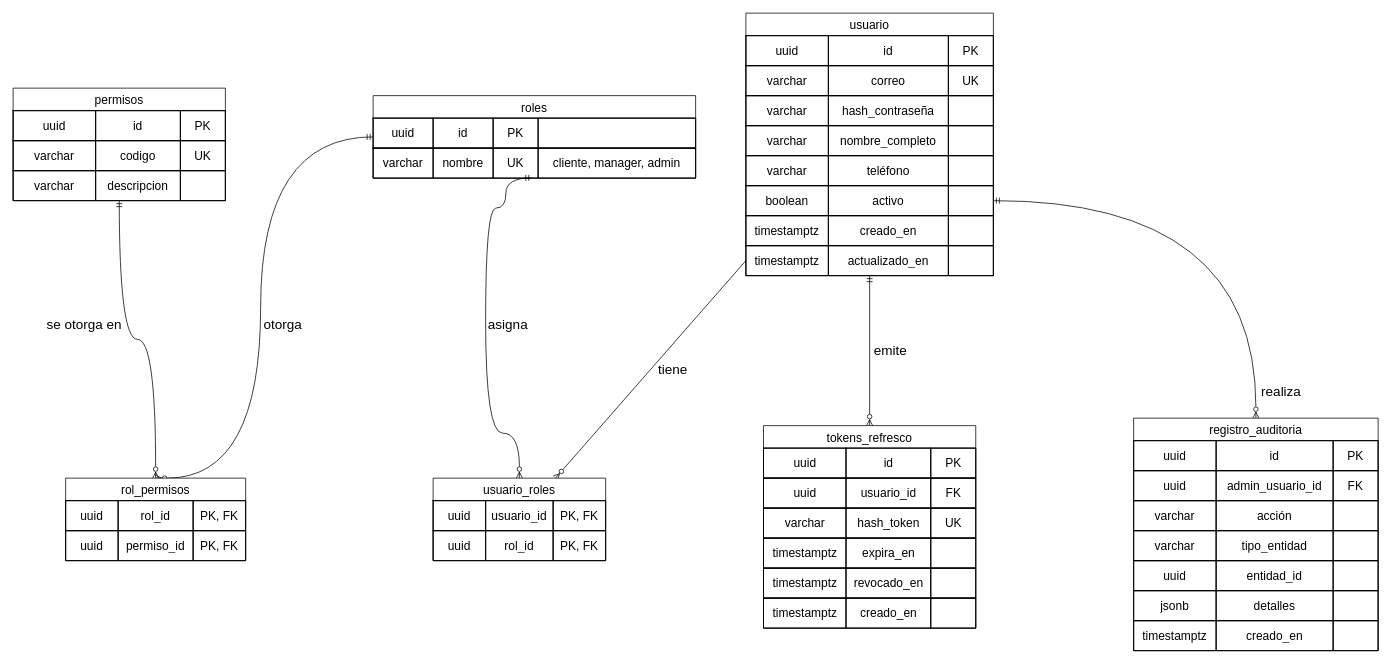
Before: docs/diagrams/er-security_db.drawio in AgudeloAlexander623/PerfumesPAYDAY, a draw.io diagram. Source tidied: cells renumbered, new cells numbered last; positions are measured from the earlier drawing's top-left corner, leaving out a move shared by most shapes. Both pictures are drawn from the tidied source at 75%, with x=0, y=0 at pixel (13, 13).
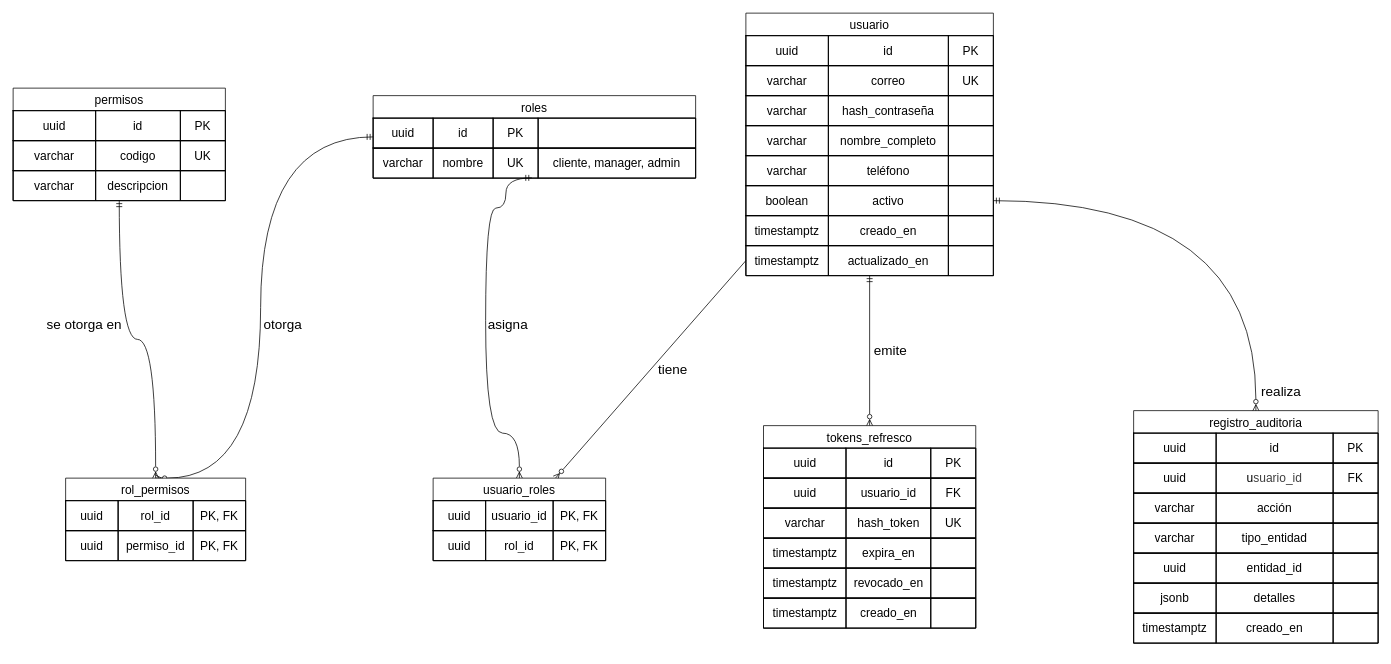
After the change.

Unchanged cells that the change refers to:
```xml
<mxCell id="89" style="shape=tableRow;horizontal=0;startSize=0;swimlaneHead=0;swimlaneBody=0;strokeColor=inherit;fillColor=none;fontSize=16;" parent="84" vertex="1">
  <mxGeometry y="70" width="326" height="40" as="geometry" />
</mxCell>
```

The edit, as a diff of the source:
```diff
@@
     <mxCell id="84" value="registro_auditoria" style="shape=table;tableRender=collapsed;startSize=30;childLayout=tableLayout;strokeColor=default;fontSize=16;" parent="1" vertex="1">
-      <mxGeometry x="1494" y="540" width="326" height="310" as="geometry" />
+      <mxGeometry x="1494" y="530" width="326" height="310" as="geometry" />
     </mxCell>
@@
-    <mxCell id="91" value="admin_usuario_id" style="shape=partialRectangle;html=1;whiteSpace=wrap;strokeColor=inherit;overflow=hidden;fillColor=none;fontSize=16;" parent="89" vertex="1">
+    <mxCell id="91" value="u&lt;span style=&quot;color: rgb(63, 63, 63); background-color: transparent;&quot;&gt;suario_id&lt;/span&gt;" style="shape=partialRectangle;html=1;whiteSpace=wrap;strokeColor=inherit;overflow=hidden;fillColor=none;fontSize=16;" parent="89" vertex="1">
       <mxGeometry x="110" width="156" height="40" as="geometry" />
     </mxCell>
```
